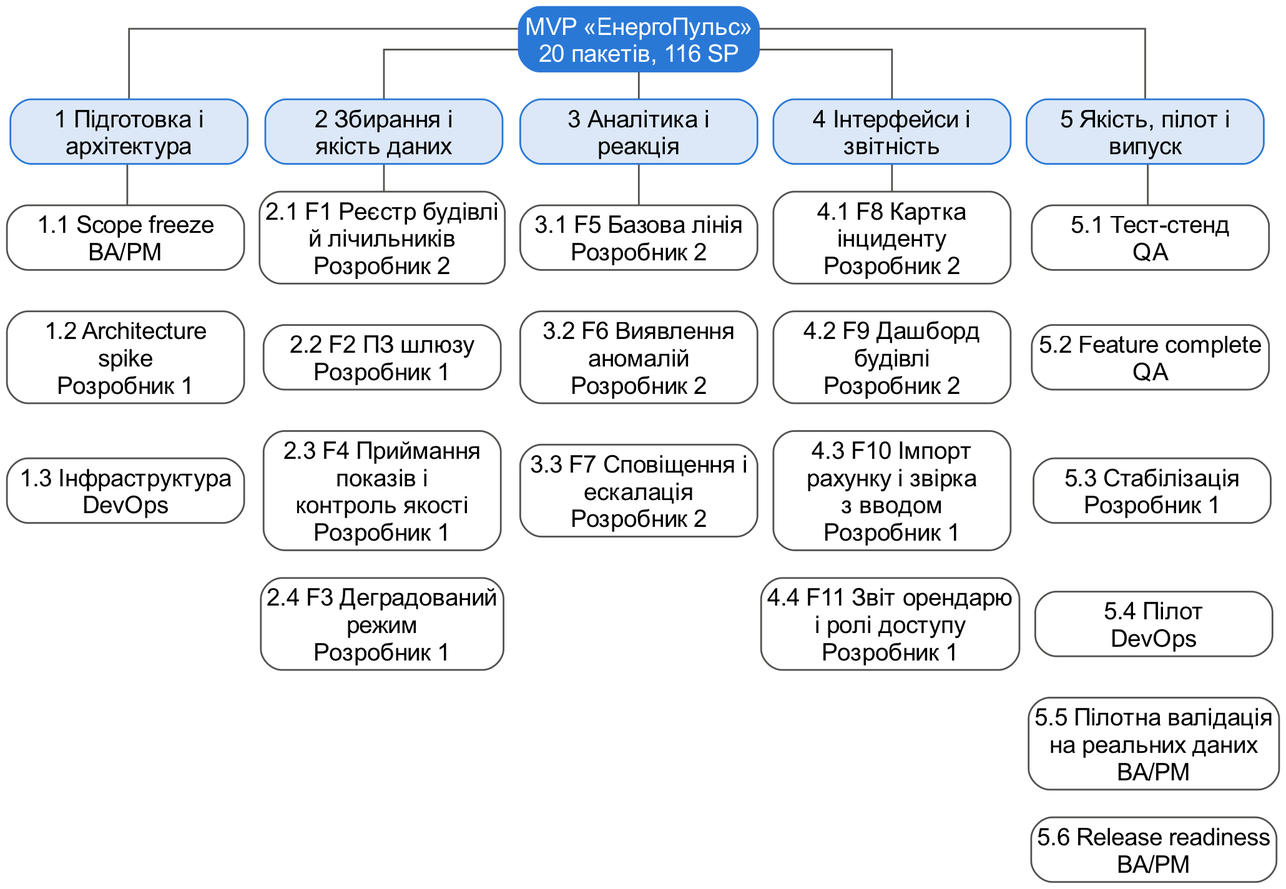
The Graphviz diagram lab2/out/fig_wbs.png in constantinemakoid/kai-software-economics, before a commit. Its source is kept beside it as lab2/out/fig_wbs.dot. Its diagram source:
```dot
digraph W {
rankdir=TB; nodesep=0.12; ranksep=0.22; splines=ortho;
node [shape=box, style="rounded,filled", fontname="Arial", width=1.9, margin="0.05,0.04"];
edge [color="#52514e", arrowhead=none];
root [label="MVP «ЕнергоПульс»\n20 пакетів, 116 SP", fillcolor="#2a78d6", fontcolor="white", color="#2a78d6", fontsize=14];
g1 [label="1 Підготовка і\nархітектура", fillcolor="#dce8f7", color="#2a78d6", fontsize=14];
root -> g1;
p1_1 [label="1.1 Scope freeze\nBA/PM", fillcolor="white", color="#52514e", fontsize=14];
g1 -> p1_1 [style=solid];
p1_2 [label="1.2 Architecture\nspike\nРозробник 1", fillcolor="white", color="#52514e", fontsize=14];
p1_1 -> p1_2 [style=invis];
p1_3 [label="1.3 Інфраструктура\nDevOps", fillcolor="white", color="#52514e", fontsize=14];
p1_2 -> p1_3 [style=invis];
g2 [label="2 Збирання і\nякість даних", fillcolor="#dce8f7", color="#2a78d6", fontsize=14];
root -> g2;
p2_1 [label="2.1 F1 Реєстр будівлі\nй лічильників\nРозробник 2", fillcolor="white", color="#52514e", fontsize=14];
g2 -> p2_1 [style=solid];
p2_2 [label="2.2 F2 ПЗ шлюзу\nРозробник 1", fillcolor="white", color="#52514e", fontsize=14];
p2_1 -> p2_2 [style=invis];
p2_3 [label="2.3 F4 Приймання\nпоказів і\nконтроль якості\nРозробник 1", fillcolor="white", color="#52514e", fontsize=14];
p2_2 -> p2_3 [style=invis];
p2_4 [label="2.4 F3 Деградований\nрежим\nРозробник 1", fillcolor="white", color="#52514e", fontsize=14];
p2_3 -> p2_4 [style=invis];
g3 [label="3 Аналітика і\nреакція", fillcolor="#dce8f7", color="#2a78d6", fontsize=14];
root -> g3;
p3_1 [label="3.1 F5 Базова лінія\nРозробник 2", fillcolor="white", color="#52514e", fontsize=14];
g3 -> p3_1 [style=solid];
p3_2 [label="3.2 F6 Виявлення\nаномалій\nРозробник 2", fillcolor="white", color="#52514e", fontsize=14];
p3_1 -> p3_2 [style=invis];
p3_3 [label="3.3 F7 Сповіщення і\nескалація\nРозробник 2", fillcolor="white", color="#52514e", fontsize=14];
p3_2 -> p3_3 [style=invis];
g4 [label="4 Інтерфейси і\nзвітність", fillcolor="#dce8f7", color="#2a78d6", fontsize=14];
root -> g4;
p4_1 [label="4.1 F8 Картка\nінциденту\nРозробник 2", fillcolor="white", color="#52514e", fontsize=14];
g4 -> p4_1 [style=solid];
p4_2 [label="4.2 F9 Дашборд\nбудівлі\nРозробник 2", fillcolor="white", color="#52514e", fontsize=14];
p4_1 -> p4_2 [style=invis];
p4_3 [label="4.3 F10 Імпорт\nрахунку і звірка\nз вводом\nРозробник 1", fillcolor="white", color="#52514e", fontsize=14];
p4_2 -> p4_3 [style=invis];
p4_4 [label="4.4 F11 Звіт орендарю\nі ролі доступу\nРозробник 1", fillcolor="white", color="#52514e", fontsize=14];
p4_3 -> p4_4 [style=invis];
g5 [label="5 Якість, пілот і\nвипуск", fillcolor="#dce8f7", color="#2a78d6", fontsize=14];
root -> g5;
p5_1 [label="5.1 Тест-стенд\nQA", fillcolor="white", color="#52514e", fontsize=14];
g5 -> p5_1 [style=solid];
p5_2 [label="5.2 Feature complete\nQA", fillcolor="white", color="#52514e", fontsize=14];
p5_1 -> p5_2 [style=invis];
p5_3 [label="5.3 Стабілізація\nРозробник 1", fillcolor="white", color="#52514e", fontsize=14];
p5_2 -> p5_3 [style=invis];
p5_4 [label="5.4 Пілот\nDevOps", fillcolor="white", color="#52514e", fontsize=14];
p5_3 -> p5_4 [style=invis];
p5_5 [label="5.5 Пілотна валідація\nна реальних даних\nBA/PM", fillcolor="white", color="#52514e", fontsize=14];
p5_4 -> p5_5 [style=invis];
p5_6 [label="5.6 Release readiness\nBA/PM", fillcolor="white", color="#52514e", fontsize=14];
p5_5 -> p5_6 [style=invis];
{rank=same; g1; g2; g3; g4; g5;}
}
```
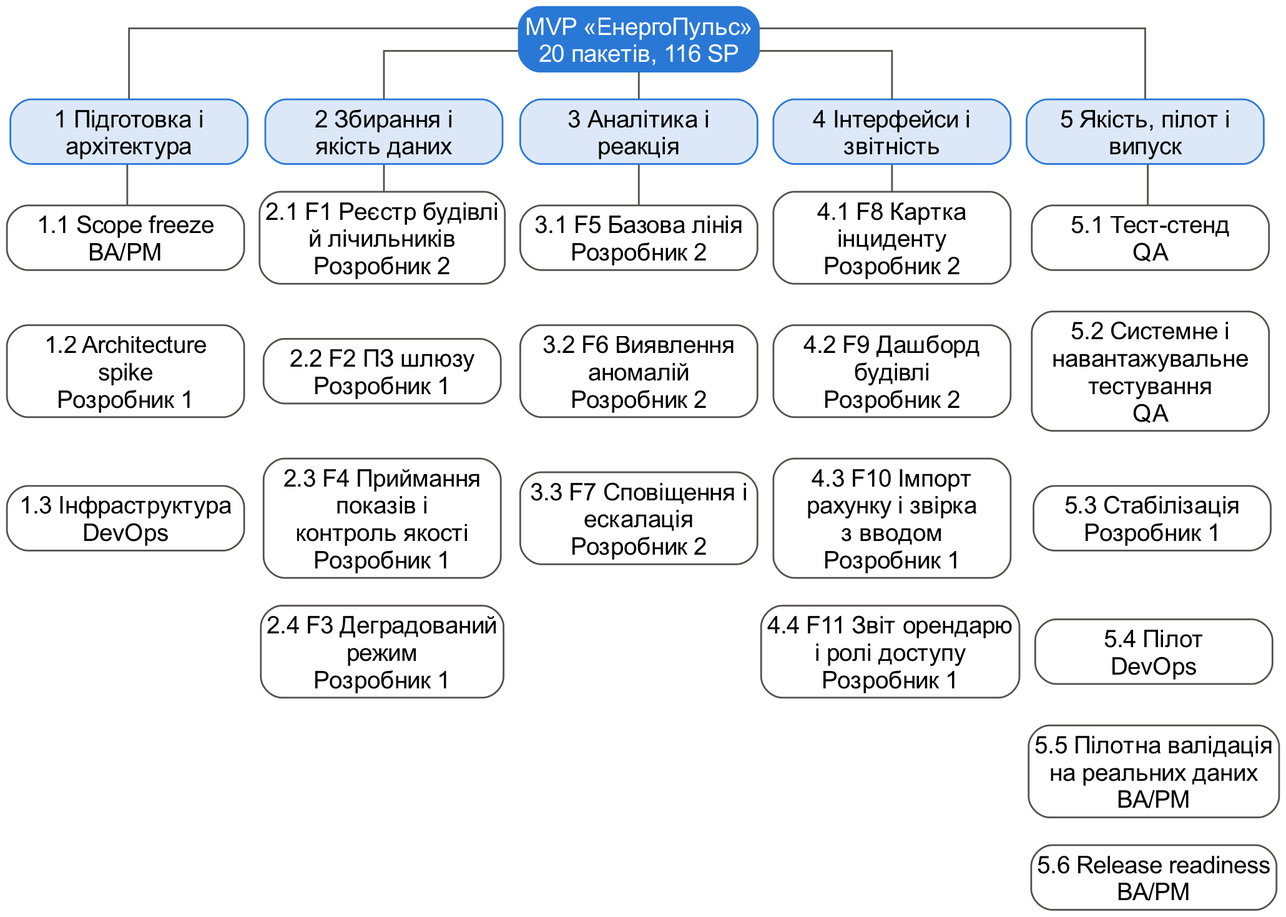
After the change.

What changed in the source:
```diff
@@ -43,7 +43,7 @@
 root -> g5;
 p5_1 [label="5.1 Тест-стенд\nQA", fillcolor="white", color="#52514e", fontsize=14];
 g5 -> p5_1 [style=solid];
-p5_2 [label="5.2 Feature complete\nQA", fillcolor="white", color="#52514e", fontsize=14];
+p5_2 [label="5.2 Системне і\nнавантажувальне\nтестування\nQA", fillcolor="white", color="#52514e", fontsize=14];
 p5_1 -> p5_2 [style=invis];
 p5_3 [label="5.3 Стабілізація\nРозробник 1", fillcolor="white", color="#52514e", fontsize=14];
 p5_2 -> p5_3 [style=invis];
```
